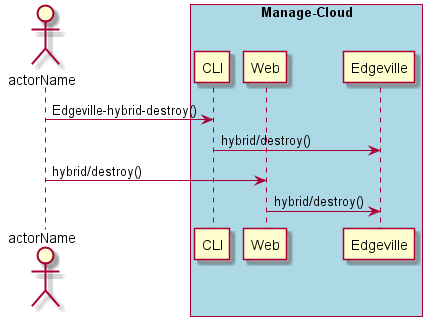
CAADE/edgeville keeps this PlantUML diagram as docs/UseCases/Manage-Cloud/Destroy-Hybrid-Cloud.png. Above is the earlier version.
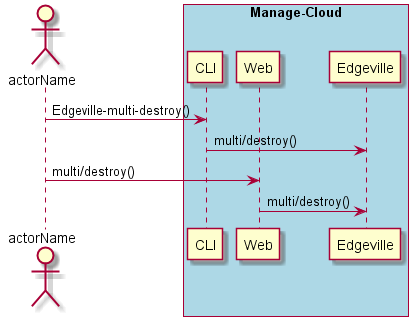
The same file after the commit.

What changed in the source:
```diff
@@ -5,10 +5,10 @@
 participant CLI as CLI
 participant Web as Web
 participant "Edgeville" as S
-A -> CLI : Edgeville-hybrid-destroy()
-CLI -> S : hybrid/destroy()
-A -> Web : hybrid/destroy()
-Web -> S : hybrid/destroy()
+A -> CLI : Edgeville-multi-destroy()
+CLI -> S : multi/destroy()
+A -> Web : multi/destroy()
+Web -> S : multi/destroy()
 end box
 
 @enduml
```
